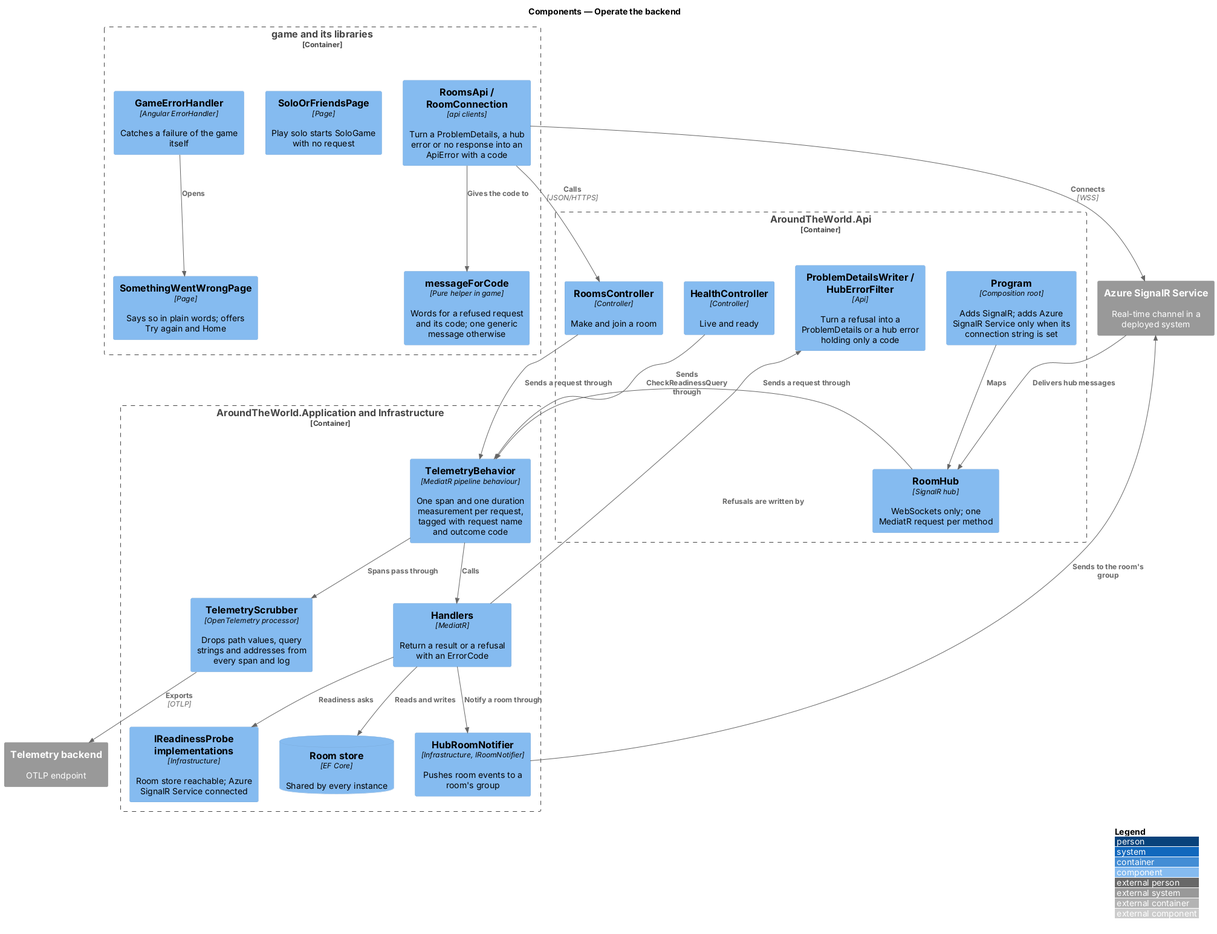
QuinntyneBrown/around-the-world keeps this PlantUML diagram as docs/detailed-designs/platform/operate-backend/diagrams/c4-component.png. Above is the earlier version. Its source is kept beside it as docs/detailed-designs/platform/operate-backend/diagrams/c4-component.puml. Its diagram source:
```plantuml
@startuml
!include <C4/C4_Component>
LAYOUT_WITH_LEGEND()
title Components — Operate the backend

System_Ext(signalr, "Azure SignalR Service", "Real-time channel in a deployed system")
System_Ext(otel, "Telemetry backend", "OTLP endpoint")
Container_Boundary(game, "game and its libraries") {
  Component(roomsapi, "RoomsApi / RoomConnection", "api clients", "Turn a ProblemDetails, a hub error or no response into an ApiError with a code")
  Component(words, "messageForCode", "Pure helper in game", "Words for a refused request and its code; one generic message otherwise")
  Component(sof, "SoloOrFriendsPage", "Page", "Play solo starts SoloGame with no request")
  Component(handler, "GameErrorHandler", "Angular ErrorHandler", "Catches a failure of the game itself")
  Component(sww, "SomethingWentWrongPage", "Page", "Says so in plain words; offers Try again and Home")
}
Container_Boundary(api, "AroundTheWorld.Api") {
  Component(program, "Program", "Composition root", "Adds SignalR; adds Azure SignalR Service only when its connection string is set")
  Component(ctrl, "RoomsController", "Controller", "Make and join a room")
  Component(hub, "RoomHub", "SignalR hub", "WebSockets only; one MediatR request per method")
  Component(health, "HealthController", "Controller", "Live and ready")
  Component(problems, "ProblemDetailsWriter / HubErrorFilter", "Api", "Turn a refusal into a ProblemDetails or a hub error holding only a code")
}
Container_Boundary(app, "AroundTheWorld.Application and Infrastructure") {
  Component(telemetry, "TelemetryBehavior", "MediatR pipeline behaviour", "One span and one duration measurement per request, tagged with request name and outcome code")
  Component(handlers, "Handlers", "MediatR", "Return a result or a refusal with an ErrorCode")
  Component(notifier, "HubRoomNotifier", "Infrastructure, IRoomNotifier", "Pushes room events to a room's group")
  Component(scrub, "TelemetryScrubber", "OpenTelemetry processor", "Drops path values, query strings and addresses from every span and log")
  Component(probes, "IReadinessProbe implementations", "Infrastructure", "Room store reachable; Azure SignalR Service connected")
  ComponentDb(store, "Room store", "EF Core", "Shared by every instance")
}
Rel(roomsapi, ctrl, "Calls", "JSON/HTTPS")
Rel(roomsapi, signalr, "Connects", "WSS")
Rel(signalr, hub, "Delivers hub messages")
Rel(roomsapi, words, "Gives the code to")
Rel(handler, sww, "Opens")
Rel(program, hub, "Maps")
Rel(ctrl, telemetry, "Sends a request through")
Rel(hub, telemetry, "Sends a request through")
Rel(health, telemetry, "Sends CheckReadinessQuery through")
Rel(telemetry, handlers, "Calls")
Rel(handlers, store, "Reads and writes")
Rel(handlers, notifier, "Notify a room through")
Rel(notifier, signalr, "Sends to the room's group")
Rel(handlers, probes, "Readiness asks")
Rel(handlers, problems, "Refusals are written by")
Rel(telemetry, scrub, "Spans pass through")
Rel(scrub, otel, "Exports", "OTLP")
@enduml
```
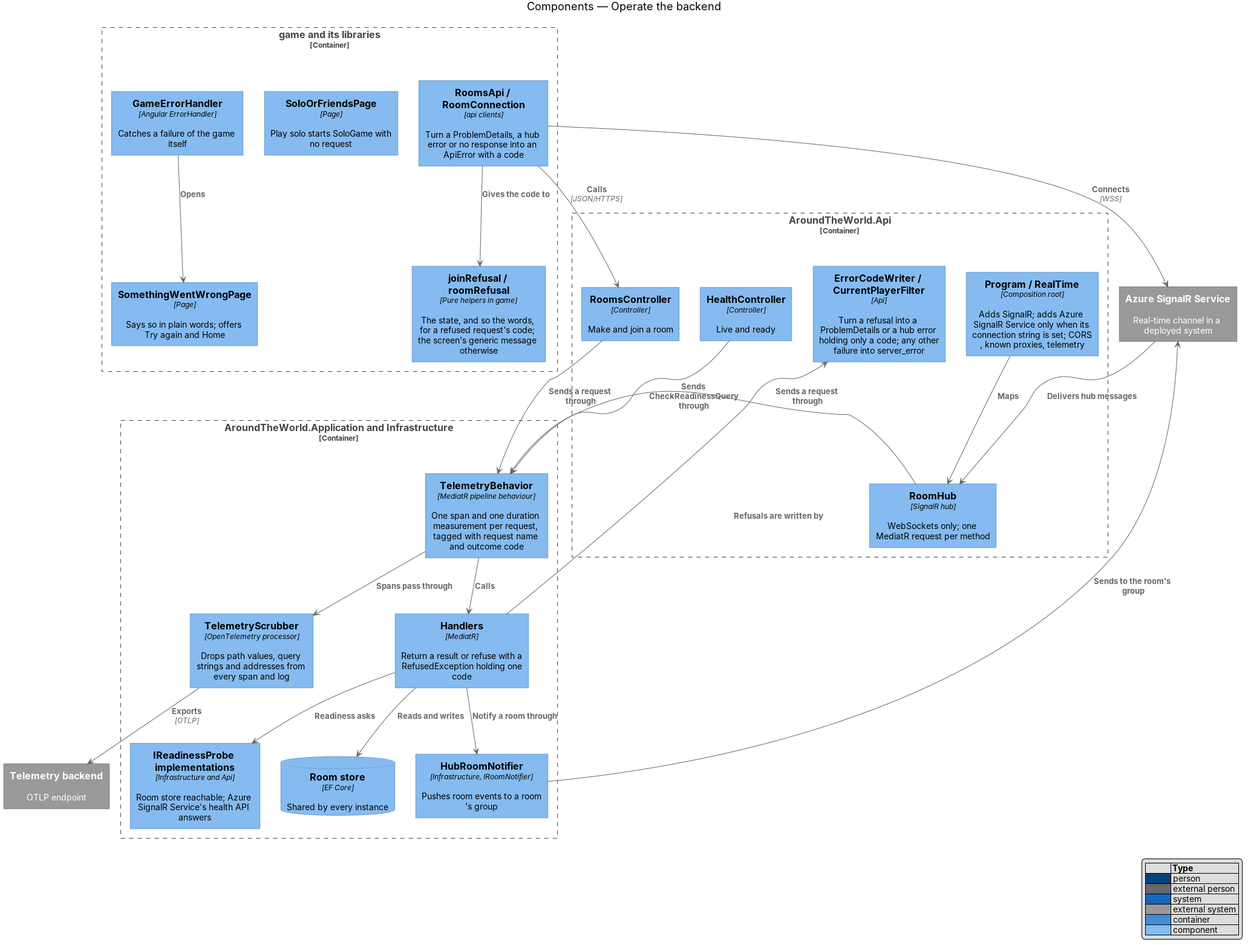
After the change.

Change to the diagram source:
```diff
@@ -7,24 +7,24 @@
 System_Ext(otel, "Telemetry backend", "OTLP endpoint")
 Container_Boundary(game, "game and its libraries") {
   Component(roomsapi, "RoomsApi / RoomConnection", "api clients", "Turn a ProblemDetails, a hub error or no response into an ApiError with a code")
-  Component(words, "messageForCode", "Pure helper in game", "Words for a refused request and its code; one generic message otherwise")
+  Component(words, "joinRefusal / roomRefusal", "Pure helpers in game", "The state, and so the words, for a refused request's code; the screen's generic message otherwise")
   Component(sof, "SoloOrFriendsPage", "Page", "Play solo starts SoloGame with no request")
   Component(handler, "GameErrorHandler", "Angular ErrorHandler", "Catches a failure of the game itself")
   Component(sww, "SomethingWentWrongPage", "Page", "Says so in plain words; offers Try again and Home")
 }
 Container_Boundary(api, "AroundTheWorld.Api") {
-  Component(program, "Program", "Composition root", "Adds SignalR; adds Azure SignalR Service only when its connection string is set")
+  Component(program, "Program / RealTime", "Composition root", "Adds SignalR; adds Azure SignalR Service only when its connection string is set; CORS, known proxies, telemetry")
   Component(ctrl, "RoomsController", "Controller", "Make and join a room")
   Component(hub, "RoomHub", "SignalR hub", "WebSockets only; one MediatR request per method")
   Component(health, "HealthController", "Controller", "Live and ready")
-  Component(problems, "ProblemDetailsWriter / HubErrorFilter", "Api", "Turn a refusal into a ProblemDetails or a hub error holding only a code")
+  Component(problems, "ErrorCodeWriter / CurrentPlayerFilter", "Api", "Turn a refusal into a ProblemDetails or a hub error holding only a code; any other failure into server_error")
 }
 Container_Boundary(app, "AroundTheWorld.Application and Infrastructure") {
   Component(telemetry, "TelemetryBehavior", "MediatR pipeline behaviour", "One span and one duration measurement per request, tagged with request name and outcome code")
-  Component(handlers, "Handlers", "MediatR", "Return a result or a refusal with an ErrorCode")
+  Component(handlers, "Handlers", "MediatR", "Return a result or refuse with a RefusedException holding one code")
   Component(notifier, "HubRoomNotifier", "Infrastructure, IRoomNotifier", "Pushes room events to a room's group")
   Component(scrub, "TelemetryScrubber", "OpenTelemetry processor", "Drops path values, query strings and addresses from every span and log")
-  Component(probes, "IReadinessProbe implementations", "Infrastructure", "Room store reachable; Azure SignalR Service connected")
+  Component(probes, "IReadinessProbe implementations", "Infrastructure and Api", "Room store reachable; Azure SignalR Service's health API answers")
   ComponentDb(store, "Room store", "EF Core", "Shared by every instance")
 }
 Rel(roomsapi, ctrl, "Calls", "JSON/HTTPS")
```
